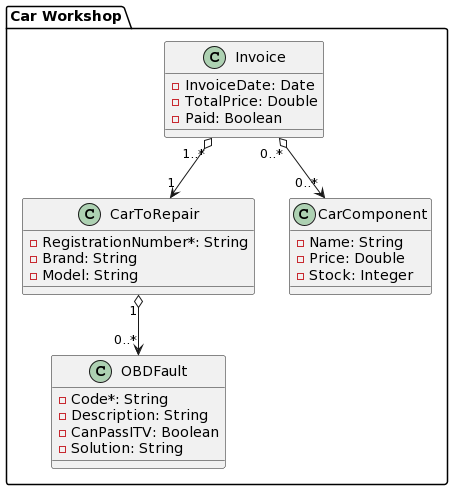
Before: docs/car_workshop.models.png, a diagram exported from PlantUML (wzzzzwwzw/apaw-practice).
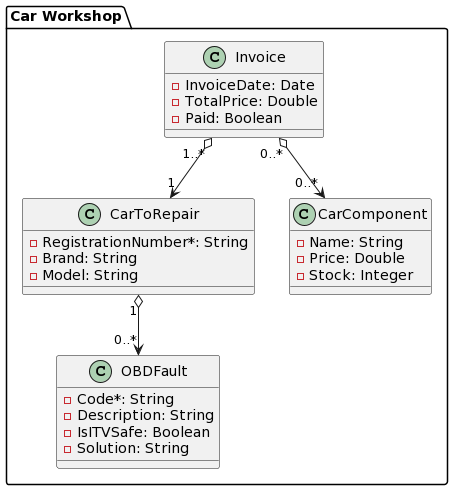
After the commit.

Commit message:
updated model uml img #520

Diff of the diagram source:
```diff
@@ -10,7 +10,7 @@
   class OBDFault {
     - Code*: String
     - Description: String
-    - CanPassITV: Boolean
+    - IsITVSafe: Boolean
     - Solution: String
   }
 
```
